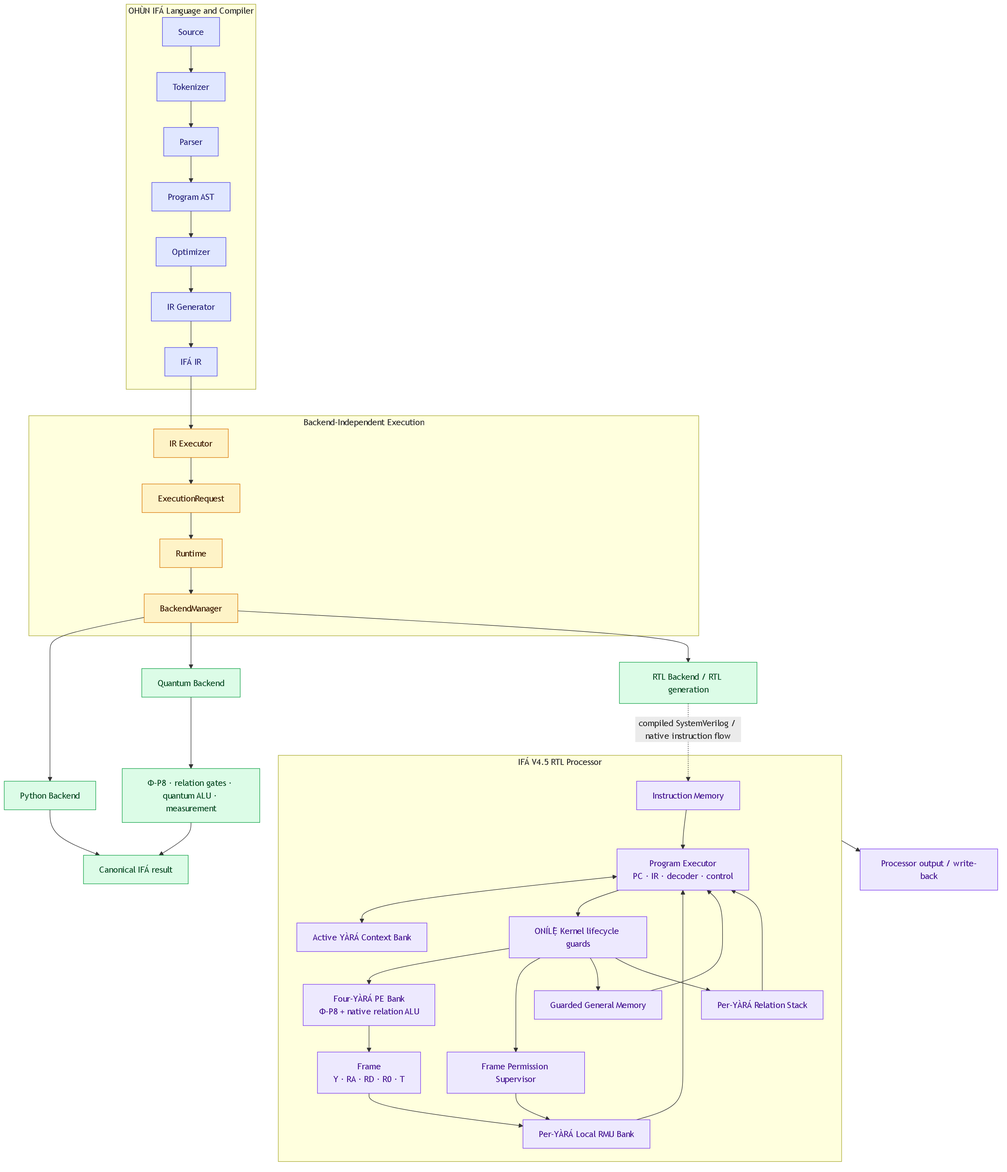
This is docs/architecture/10-complete-v45-architecture.png from SirBullion/ifa_processor, a Mermaid export, as it was before one commit. Its source is kept beside it as docs/architecture/10-complete-v45-architecture.mmd.
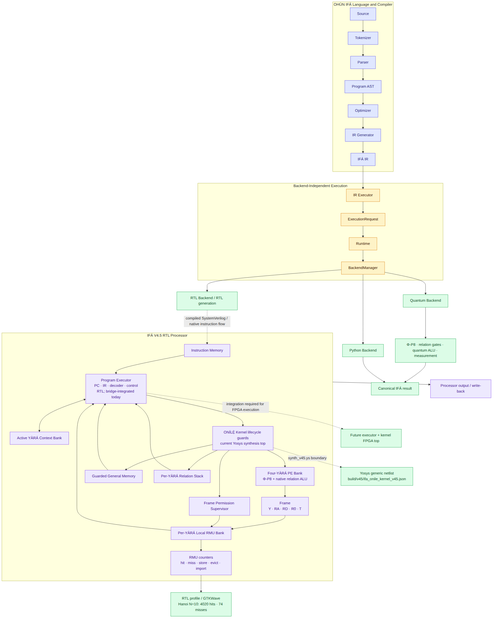
The same file after the commit.

What changed in the source:
```diff
@@ -9,15 +9,16 @@
   BM --> QB["Quantum Backend"]
   BM --> RB["RTL Backend / RTL generation"]
   subgraph HW["IFÁ V4.5 RTL Processor"]
-    IM["Instruction Memory"] --> EX["Program Executor\nPC · IR · decoder · control"]
+    IM["Instruction Memory"] --> EX["Program Executor\nPC · IR · decoder · control\nRTL; bridge-integrated today"]
     EX <--> CTX["Active YÀRÁ Context Bank"]
-    EX --> K["ONÍLẸ̀ Kernel lifecycle guards"]
+    EX --> K["ONÍLẸ̀ Kernel lifecycle guards\ncurrent Yosys synthesis top"]
     K --> PE["Four-YÀRÁ PE Bank\nΦ-P8 + native relation ALU"]
     PE --> FR["Frame\nY · RA · RD · R0 · T"] --> RMU["Per-YÀRÁ Local RMU Bank"]
     K --> SUP["Frame Permission Supervisor"] --> RMU
     K --> MEM["Guarded General Memory"]
     K --> STK["Per-YÀRÁ Relation Stack"]
     RMU --> EX
+    RMU --> CNT["RMU counters\nhit · miss · store · evict · import"]
     MEM --> EX
     STK --> EX
   end
@@ -25,9 +26,12 @@
   QB --> QPATH["Φ-P8 · relation gates · quantum ALU · measurement"] --> RESULT["Canonical IFÁ result"]
   PY --> RESULT
   HW --> OUTPUT["Processor output / write-back"]
+  CNT --> PROFILE["RTL profile / GTKWave\nHanoi N=10: 4020 hits · 74 misses"]
+  K -. "synth_v45.ys boundary" .-> NET["Yosys generic netlist\nbuild/v45/ifa_onile_kernel_v45.json"]
+  EX -. "integration required for FPGA execution" .-> FPGA["Future executor + kernel FPGA top"]
 
   classDef language fill:#e0e7ff,color:#312e81,stroke:#4f46e5;
   classDef runtime fill:#fef3c7,color:#422006,stroke:#d97706;
   classDef backend fill:#dcfce7,color:#14532d,stroke:#16a34a;
   classDef hardware fill:#ede9fe,color:#4c1d95,stroke:#7c3aed;
-  class SRC,TOK,PAR,AST,OPT,IRG,IR language; class IX,REQ,RUN,BM runtime; class PY,QB,RB,QPATH,RESULT backend; class IM,EX,CTX,K,PE,FR,RMU,SUP,MEM,STK,OUTPUT hardware;
+  class SRC,TOK,PAR,AST,OPT,IRG,IR language; class IX,REQ,RUN,BM runtime; class PY,QB,RB,QPATH,RESULT,PROFILE,NET,FPGA backend; class IM,EX,CTX,K,PE,FR,RMU,CNT,SUP,MEM,STK,OUTPUT hardware;
```
